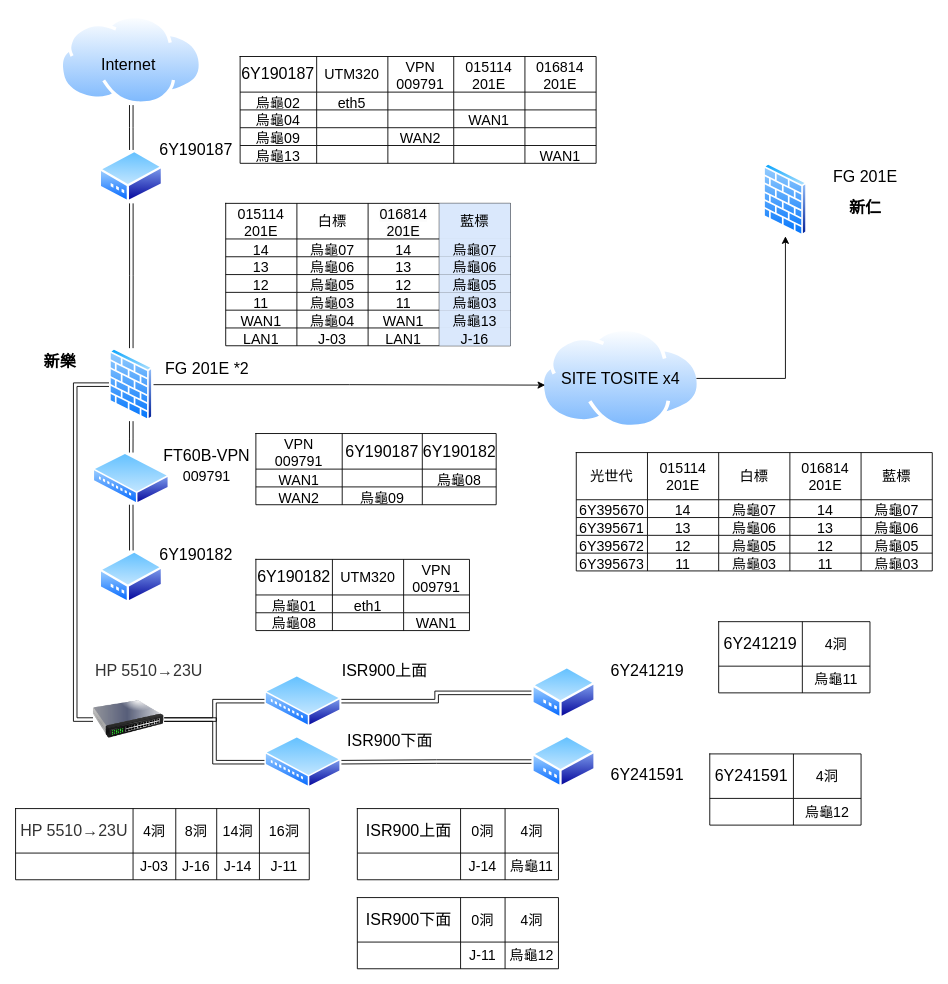
This is 新樂端.drawio from HungYn/drqw, a draw.io file, before an edit. Source tidied: cells renumbered, new cells numbered last; positions are measured from the earlier drawing's top-left corner, leaving out a move shared by most shapes. Both pictures are drawn from the tidied source at 89%, with x=0, y=0 at pixel (15, 15).
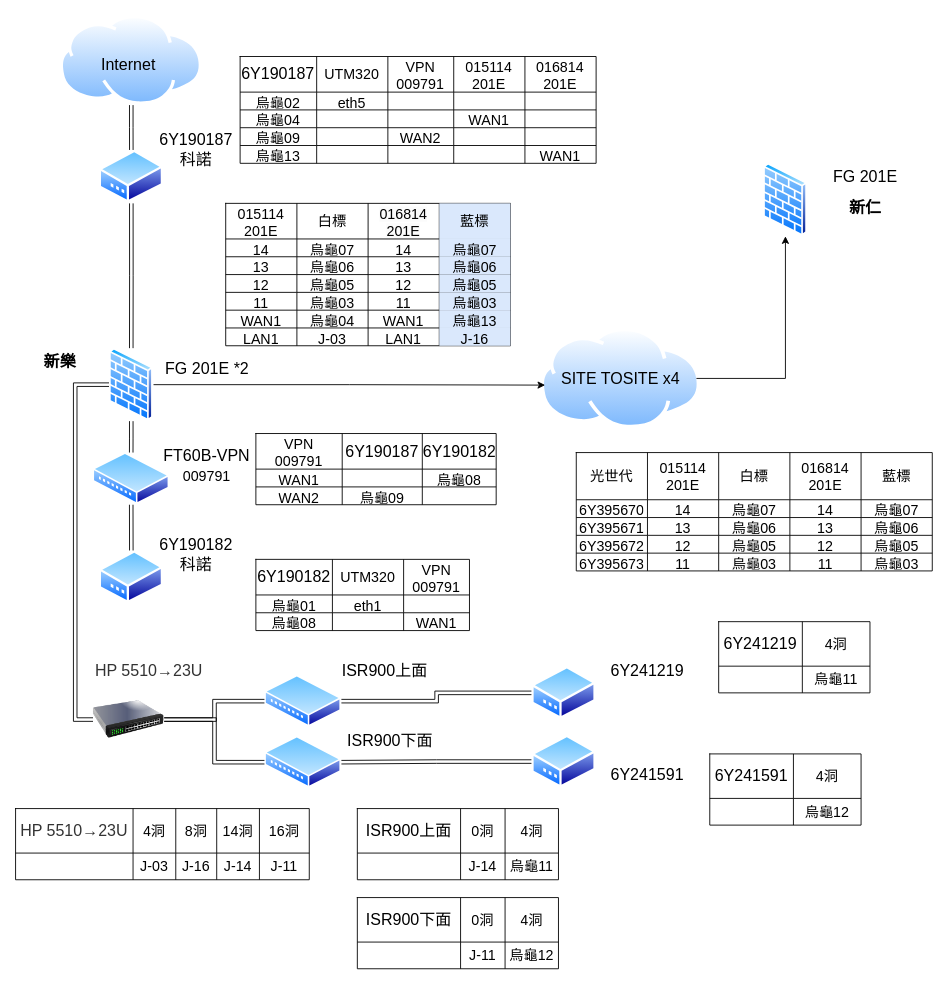
Above is the later version.

The edit, as a diff of the source:
```diff
@@
-    <mxCell id="17" value="&lt;font style=&quot;font-size: 18px;&quot;&gt;6Y190187&lt;/font&gt;" style="text;html=1;align=center;verticalAlign=middle;whiteSpace=wrap;rounded=0;fontFamily=Helvetica;fontSize=12;fontColor=default;" parent="1" vertex="1">
+    <mxCell id="17" value="&lt;font style=&quot;font-size: 18px;&quot;&gt;6Y190187&lt;/font&gt;&lt;div&gt;&lt;font style=&quot;font-size: 18px;&quot;&gt;科諾&lt;/font&gt;&lt;/div&gt;" style="text;html=1;align=center;verticalAlign=middle;whiteSpace=wrap;rounded=0;fontFamily=Helvetica;fontSize=12;fontColor=default;" parent="1" vertex="1">
       <mxGeometry x="173.1" y="136" width="60" height="30" as="geometry" />
     </mxCell>
-    <mxCell id="18" value="&lt;font style=&quot;font-size: 18px;&quot;&gt;6Y190182&lt;/font&gt;" style="text;html=1;align=center;verticalAlign=middle;whiteSpace=wrap;rounded=0;fontFamily=Helvetica;fontSize=12;fontColor=default;" parent="1" vertex="1">
+    <mxCell id="18" value="&lt;font style=&quot;font-size: 18px;&quot;&gt;6Y190182&lt;/font&gt;&lt;div&gt;&lt;font style=&quot;font-size: 18px;&quot;&gt;科諾&lt;br&gt;&lt;/font&gt;&lt;/div&gt;" style="text;html=1;align=center;verticalAlign=middle;whiteSpace=wrap;rounded=0;fontFamily=Helvetica;fontSize=12;fontColor=default;" parent="1" vertex="1">
       <mxGeometry x="173.1" y="591" width="60" height="30" as="geometry" />
     </mxCell>
```
